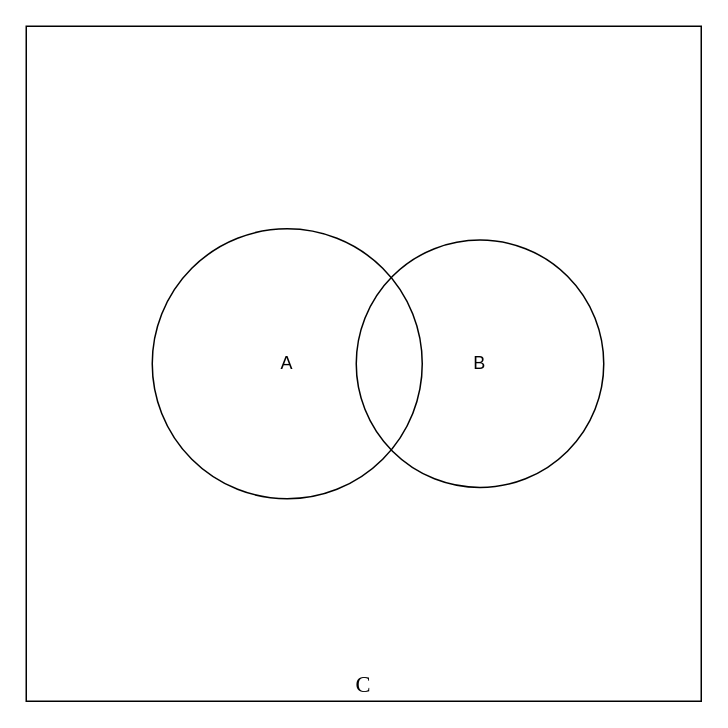
The draw.io diagram Untitled Diagram.drawio in junchou9463/beautyimgdownload, before the edit. Source tidied: cells renumbered, new cells numbered last; positions are measured from the earlier drawing's top-left corner, leaving out a move shared by most shapes. Both pictures are drawn from the tidied source at 150%, with x=0, y=0 at pixel (26, 26).
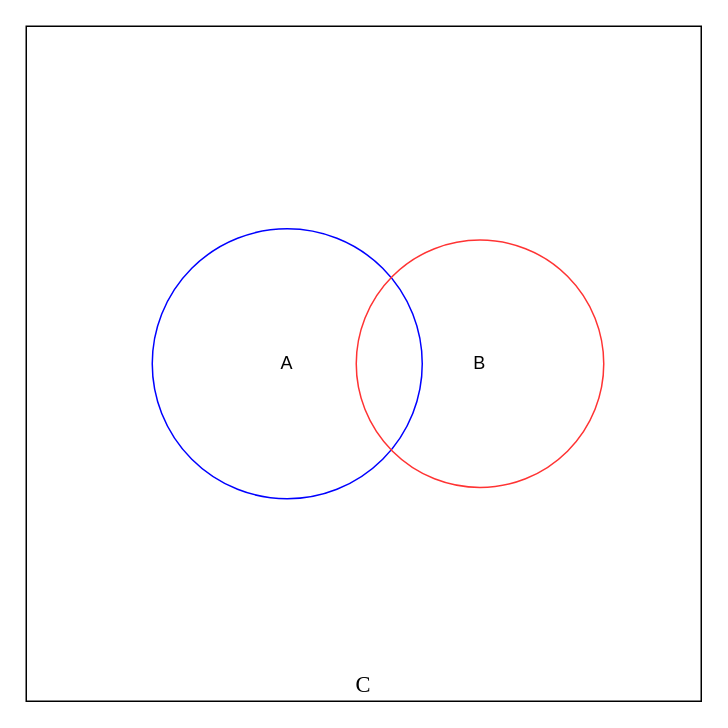
Above is the later version.

What changed in the source:
```diff
@@
 <mxGraphModel>
   <root>
     <mxCell id="0" />
     <mxCell id="1" parent="0" />
     <mxCell id="2" value="&lt;div style=&quot;text-align: justify&quot;&gt;&lt;span style=&quot;font-size: 15px&quot;&gt;C&lt;/span&gt;&lt;br&gt;&lt;/div&gt;" style="whiteSpace=wrap;html=1;fontFamily=Times New Roman;verticalAlign=bottom;align=center;" parent="1" vertex="1">
       <mxGeometry width="450" height="450" as="geometry" />
     </mxCell>
-    <mxCell id="3" value="A" style="ellipse;whiteSpace=wrap;html=1;" parent="1" vertex="1">
+    <mxCell id="3" value="A" style="ellipse;whiteSpace=wrap;html=1;strokeColor=#0000FF;" parent="1" vertex="1">
       <mxGeometry x="84" y="135" width="180" height="180" as="geometry" />
     </mxCell>
-    <mxCell id="4" value="B" style="ellipse;whiteSpace=wrap;html=1;fillColor=none;" parent="1" vertex="1">
+    <mxCell id="4" value="B" style="ellipse;whiteSpace=wrap;html=1;strokeColor=#FF3333;fillColor=none;" parent="1" vertex="1">
       <mxGeometry x="220" y="142.5" width="165" height="165" as="geometry" />
     </mxCell>
   </root>
 </mxGraphModel>
```
